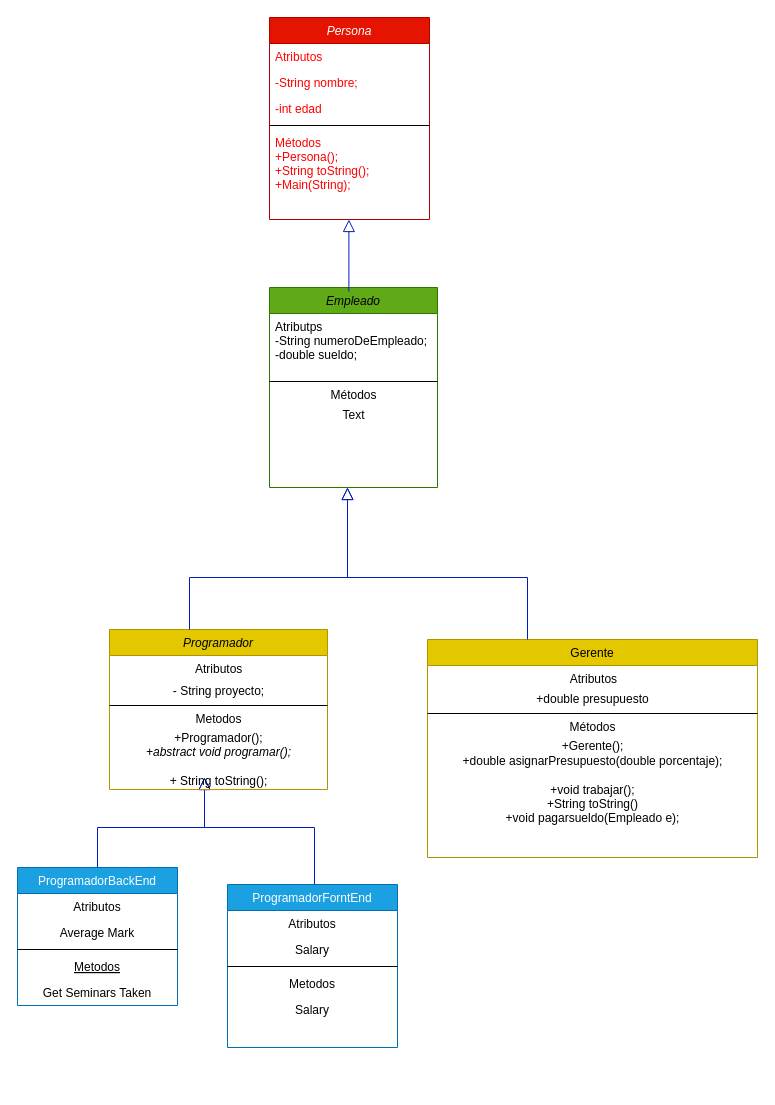
Earlier version of the draw.io diagram p8.drawio (alan-carrasco/Pr-ctica). Source tidied: cells renumbered, new cells numbered last; positions are measured from the earlier drawing's top-left corner, leaving out a move shared by most shapes. Both pictures are drawn from the tidied source at 100%, with x=0, y=0 at pixel (17, 17).
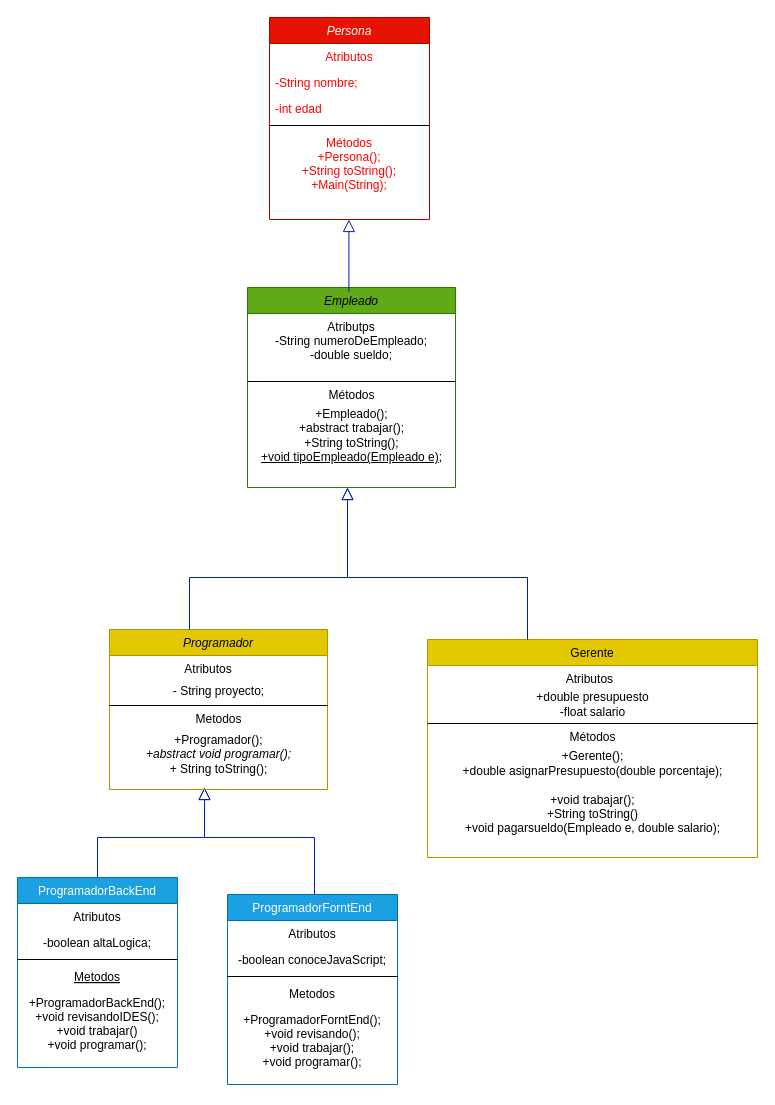
The same page after the edit.

The change refers to these unchanged cells:
```xml
<mxCell id="2" value="Persona" style="swimlane;fontStyle=2;align=center;verticalAlign=top;horizontal=1;startSize=26;rounded=0;shadow=0;strokeWidth=1;fillColor=#e51400;fontColor=#ffffff;strokeColor=#B20000;" parent="1" vertex="1">
  <mxGeometry x="252" width="160" height="202" as="geometry" />
</mxCell>
<mxCell id="27" value="Programador" style="swimlane;fontStyle=2;align=center;verticalAlign=top;horizontal=1;startSize=26;rounded=0;shadow=0;strokeWidth=1;fillColor=#e3c800;fontColor=#000000;strokeColor=#B09500;" parent="1" vertex="1">
  <mxGeometry x="92" y="612" width="218" height="160" as="geometry" />
</mxCell>
<mxCell id="34" value="Gerente" style="swimlane;fontStyle=0;align=center;verticalAlign=top;horizontal=1;startSize=26;rounded=0;shadow=0;strokeWidth=1;fillColor=#e3c800;fontColor=#000000;strokeColor=#B09500;" parent="1" vertex="1">
  <mxGeometry x="410" y="622" width="330" height="218" as="geometry" />
</mxCell>
```

Change to the diagram source:
```diff
@@
-    <mxCell id="3" value="Atributos" style="text;align=left;verticalAlign=top;spacingLeft=4;spacingRight=4;overflow=hidden;fontColor=#FF0000;" parent="2" vertex="1">
+    <mxCell id="3" value="Atributos" style="text;align=center;verticalAlign=top;spacingLeft=4;spacingRight=4;overflow=hidden;fontColor=#FF0000;" parent="2" vertex="1">
       <mxGeometry y="26" width="160" height="26" as="geometry" />
     </mxCell>
@@
-    <mxCell id="7" value="Métodos&#10;+Persona();&#10;+String toString();&#10;+Main(String);&#10;&#10;" style="text;align=left;verticalAlign=top;spacingLeft=4;spacingRight=4;overflow=hidden;fontColor=#FF0000;" parent="2" vertex="1">
+    <mxCell id="7" value="Métodos&#10;+Persona();&#10;+String toString();&#10;+Main(String);&#10;&#10;" style="text;align=center;verticalAlign=top;spacingLeft=4;spacingRight=4;overflow=hidden;fontColor=#FF0000;" parent="2" vertex="1">
       <mxGeometry y="112" width="160" height="90" as="geometry" />
     </mxCell>
     <mxCell id="8" value="Empleado" style="swimlane;fontStyle=2;align=center;verticalAlign=top;horizontal=1;startSize=26;rounded=0;shadow=0;strokeWidth=1;fillColor=#60a917;fontColor=#000000;strokeColor=#2D7600;" parent="1" vertex="1">
-      <mxGeometry x="252" y="270" width="168" height="200" as="geometry" />
+      <mxGeometry x="230" y="270" width="208" height="200" as="geometry" />
     </mxCell>
-    <mxCell id="9" value="Atributps&#10;-String numeroDeEmpleado;&#10;-double sueldo;&#10;" style="text;align=left;verticalAlign=top;spacingLeft=4;spacingRight=4;overflow=hidden;fontColor=#000000;" parent="8" vertex="1">
-      <mxGeometry y="26" width="168" height="64" as="geometry" />
+    <mxCell id="9" value="Atributps&#10;-String numeroDeEmpleado;&#10;-double sueldo;&#10;" style="text;align=center;verticalAlign=top;spacingLeft=4;spacingRight=4;overflow=hidden;fontColor=#000000;" parent="8" vertex="1">
+      <mxGeometry y="26" width="208" height="64" as="geometry" />
     </mxCell>
     <mxCell id="10" style="line;html=1;strokeWidth=1;align=left;verticalAlign=middle;spacingTop=-1;spacingLeft=3;spacingRight=3;labelPosition=right;" parent="8" vertex="1">
-      <mxGeometry y="90" width="168" height="8" as="geometry" />
+      <mxGeometry y="90" width="208" height="8" as="geometry" />
     </mxCell>
     <mxCell id="11" value="Métodos" style="text;html=1;align=center;verticalAlign=middle;strokeColor=none;fillColor=none;fontColor=#000000;" parent="8" vertex="1">
-      <mxGeometry y="98" width="168" height="20" as="geometry" />
+      <mxGeometry y="98" width="208" height="20" as="geometry" />
     </mxCell>
-    <mxCell id="12" value="Text" style="text;html=1;align=center;verticalAlign=middle;strokeColor=none;fillColor=none;fontColor=#000000;" parent="8" vertex="1">
-      <mxGeometry y="118" width="168" height="20" as="geometry" />
+    <mxCell id="12" value="&lt;div&gt;+Empleado();&lt;/div&gt;&lt;div&gt;+abstract trabajar();&lt;/div&gt;&lt;div&gt;+String toString();&lt;/div&gt;&lt;div&gt;&lt;u&gt;+void tipoEmpleado(Empleado e);&lt;/u&gt;&lt;br&gt;&lt;/div&gt;" style="text;html=1;align=center;verticalAlign=middle;strokeColor=none;fillColor=none;fontColor=#000000;" parent="8" vertex="1">
+      <mxGeometry y="118" width="208" height="60" as="geometry" />
     </mxCell>
     <mxCell id="13" value="ProgramadorBackEnd" style="swimlane;fontStyle=0;align=center;verticalAlign=top;horizontal=1;startSize=26;rounded=0;shadow=0;strokeWidth=1;fillColor=#1ba1e2;fontColor=#ffffff;strokeColor=#006EAF;" parent="1" vertex="1">
-      <mxGeometry y="850" width="160" height="138" as="geometry" />
+      <mxGeometry y="860" width="160" height="190" as="geometry" />
     </mxCell>
@@
-    <mxCell id="15" value="Average Mark" style="text;align=center;verticalAlign=top;spacingLeft=4;spacingRight=4;overflow=hidden;rounded=0;shadow=0;html=0;" parent="13" vertex="1">
+    <mxCell id="15" value="-boolean altaLogica;" style="text;align=center;verticalAlign=top;spacingLeft=4;spacingRight=4;overflow=hidden;rounded=0;shadow=0;html=0;" parent="13" vertex="1">
       <mxGeometry y="52" width="160" height="26" as="geometry" />
     </mxCell>
@@
-    <mxCell id="18" value="Get Seminars Taken" style="text;align=center;verticalAlign=top;spacingLeft=4;spacingRight=4;overflow=hidden;" parent="13" vertex="1">
-      <mxGeometry y="112" width="160" height="26" as="geometry" />
+    <mxCell id="18" value="+ProgramadorBackEnd();&#10;+void revisandoIDES();&#10;+void trabajar()&#10;+void programar();&#10;" style="text;align=center;verticalAlign=top;spacingLeft=4;spacingRight=4;overflow=hidden;fontStyle=0;" parent="13" vertex="1">
+      <mxGeometry y="112" width="160" height="78" as="geometry" />
     </mxCell>
     <mxCell id="19" style="endArrow=block;endSize=10;endFill=0;shadow=0;strokeWidth=1;rounded=0;edgeStyle=elbowEdgeStyle;elbow=vertical;fillColor=#0050ef;strokeColor=#001DBC;fontColor=#000000;" parent="1" edge="1" source="13">
       <mxGeometry relative="1" as="geometry">
-        <mxPoint x="187" y="760" as="targetPoint" />
+        <mxPoint x="187" y="770" as="targetPoint" />
         <Array as="points">
-          <mxPoint x="80" y="810" />
-          <mxPoint x="187" y="636" />
+          <mxPoint x="80" y="820" />
+          <mxPoint x="187" y="646" />
         </Array>
       </mxGeometry>
     </mxCell>
     <mxCell id="20" value="ProgramadorForntEnd" style="swimlane;fontStyle=0;align=center;verticalAlign=top;horizontal=1;startSize=26;rounded=0;shadow=0;strokeWidth=1;fillColor=#1ba1e2;fontColor=#ffffff;strokeColor=#006EAF;" parent="1" vertex="1">
-      <mxGeometry x="210" y="867" width="170" height="163" as="geometry" />
+      <mxGeometry x="210" y="877" width="170" height="190" as="geometry" />
     </mxCell>
@@
-    <mxCell id="22" value="Salary" style="text;align=center;verticalAlign=top;spacingLeft=4;spacingRight=4;overflow=hidden;" parent="20" vertex="1">
+    <mxCell id="22" value="-boolean conoceJavaScript;" style="text;align=center;verticalAlign=top;spacingLeft=4;spacingRight=4;overflow=hidden;" parent="20" vertex="1">
       <mxGeometry y="52" width="170" height="26" as="geometry" />
     </mxCell>
@@
-    <mxCell id="25" value="Salary" style="text;align=center;verticalAlign=top;spacingLeft=4;spacingRight=4;overflow=hidden;" parent="20" vertex="1">
-      <mxGeometry y="112" width="170" height="26" as="geometry" />
+    <mxCell id="25" value="+ProgramadorForntEnd();&#10;+void revisando();&#10;+void trabajar();&#10;+void programar();&#10;" style="text;align=center;verticalAlign=top;spacingLeft=4;spacingRight=4;overflow=hidden;" parent="20" vertex="1">
+      <mxGeometry y="112" width="170" height="78" as="geometry" />
     </mxCell>
     <mxCell id="26" style="endArrow=block;endSize=10;endFill=0;shadow=0;strokeWidth=1;rounded=0;edgeStyle=elbowEdgeStyle;elbow=vertical;fillColor=#0050ef;strokeColor=#001DBC;fontColor=#000000;" parent="1" edge="1" source="20">
       <mxGeometry relative="1" as="geometry">
-        <mxPoint x="187" y="760" as="targetPoint" />
+        <mxPoint x="187" y="770" as="targetPoint" />
         <Array as="points">
-          <mxPoint x="297" y="810" />
-          <mxPoint x="187" y="636" />
+          <mxPoint x="297" y="820" />
+          <mxPoint x="187" y="646" />
         </Array>
       </mxGeometry>
     </mxCell>
@@
-    <mxCell id="28" value="                        Atributos" style="text;align=left;verticalAlign=top;spacingLeft=4;spacingRight=4;overflow=hidden;fontColor=#000000;" parent="27" vertex="1">
+    <mxCell id="28" value="                     Atributos" style="text;align=left;verticalAlign=top;spacingLeft=4;spacingRight=4;overflow=hidden;fontColor=#000000;" parent="27" vertex="1">
       <mxGeometry y="26" width="218" height="26" as="geometry" />
     </mxCell>
@@
-    <mxCell id="32" value="&lt;div&gt;+Programador();&lt;/div&gt;&lt;div&gt;&lt;i&gt;+abstract void programar();&lt;/i&gt;&lt;br&gt;&lt;/div&gt;&lt;div&gt;&lt;br&gt;&lt;/div&gt;&lt;div&gt;+ String toString();&lt;br&gt;&lt;/div&gt;" style="text;html=1;align=center;verticalAlign=middle;strokeColor=none;fillColor=none;fontColor=#000000;" parent="27" vertex="1">
-      <mxGeometry y="100" width="218" height="60" as="geometry" />
+    <mxCell id="32" value="&lt;div&gt;+Programador();&lt;/div&gt;&lt;div&gt;&lt;i&gt;+abstract void programar();&lt;/i&gt;&lt;br&gt;&lt;/div&gt;&lt;div&gt;+ String toString();&lt;br&gt;&lt;/div&gt;" style="text;html=1;align=center;verticalAlign=middle;strokeColor=none;fillColor=none;fontColor=#000000;" parent="27" vertex="1">
+      <mxGeometry y="100" width="218" height="50" as="geometry" />
     </mxCell>
@@
-    <mxCell id="35" value="                                         Atributos" style="text;align=left;verticalAlign=top;spacingLeft=4;spacingRight=4;overflow=hidden;" parent="34" vertex="1">
+    <mxCell id="35" value="                                        Atributos" style="text;align=left;verticalAlign=top;spacingLeft=4;spacingRight=4;overflow=hidden;" parent="34" vertex="1">
       <mxGeometry y="26" width="330" height="24" as="geometry" />
     </mxCell>
-    <mxCell id="36" value="+double presupuesto" style="text;html=1;align=center;verticalAlign=middle;strokeColor=none;fillColor=none;fontColor=#000000;" parent="34" vertex="1">
-      <mxGeometry y="50" width="330" height="20" as="geometry" />
+    <mxCell id="36" value="&lt;div&gt;+double presupuesto&lt;/div&gt;&lt;div&gt;-float salario&lt;br&gt;&lt;/div&gt;" style="text;html=1;align=center;verticalAlign=middle;strokeColor=none;fillColor=none;fontColor=#000000;" parent="34" vertex="1">
+      <mxGeometry y="50" width="330" height="30" as="geometry" />
     </mxCell>
     <mxCell id="37" style="line;html=1;strokeWidth=1;align=left;verticalAlign=middle;spacingTop=-1;spacingLeft=3;spacingRight=3;labelPosition=right;" parent="34" vertex="1">
-      <mxGeometry y="70" width="330" height="8" as="geometry" />
+      <mxGeometry y="80" width="330" height="8" as="geometry" />
     </mxCell>
     <mxCell id="38" value="Métodos" style="text;html=1;align=center;verticalAlign=middle;strokeColor=none;fillColor=none;fontColor=#000000;" parent="34" vertex="1">
-      <mxGeometry y="78" width="330" height="20" as="geometry" />
+      <mxGeometry y="88" width="330" height="20" as="geometry" />
     </mxCell>
-    <mxCell id="39" value="&lt;div&gt;+Gerente();&lt;/div&gt;&lt;div&gt;+double asignarPresupuesto(double porcentaje);&lt;br&gt;&lt;/div&gt;&lt;div&gt;&lt;br&gt;&lt;/div&gt;&lt;div&gt;+void trabajar();&lt;/div&gt;&lt;div&gt;+String toString()&lt;/div&gt;&lt;div&gt;+void pagarsueldo(Empleado e);&lt;br&gt;&lt;/div&gt;" style="text;html=1;align=center;verticalAlign=middle;strokeColor=none;fillColor=none;fontColor=#000000;" parent="34" vertex="1">
-      <mxGeometry y="98" width="330" height="90" as="geometry" />
+    <mxCell id="39" value="&lt;div&gt;+Gerente();&lt;/div&gt;&lt;div&gt;+double asignarPresupuesto(double porcentaje);&lt;br&gt;&lt;/div&gt;&lt;div&gt;&lt;br&gt;&lt;/div&gt;&lt;div&gt;+void trabajar();&lt;/div&gt;&lt;div&gt;+String toString()&lt;/div&gt;&lt;div&gt;+void pagarsueldo(Empleado e, double salario);&lt;br&gt;&lt;/div&gt;" style="text;html=1;align=center;verticalAlign=middle;strokeColor=none;fillColor=none;fontColor=#000000;" parent="34" vertex="1">
+      <mxGeometry y="108" width="330" height="90" as="geometry" />
     </mxCell>
```
